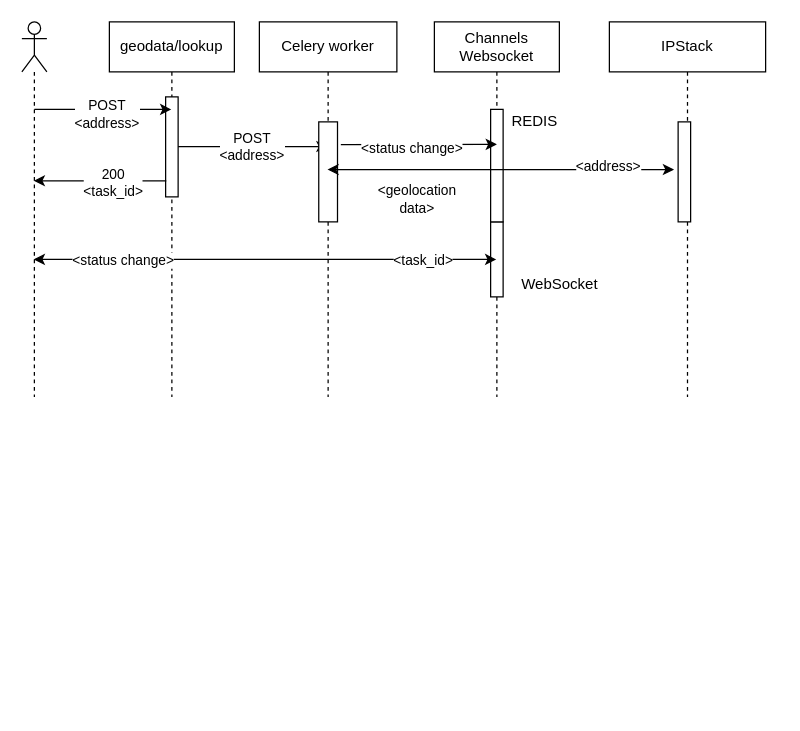
yourboirusty/geoapi keeps this draw.io diagram as docs/diagrams/UserAddressLookup.drawio. Above is the earlier version. Source tidied: cells renumbered, new cells numbered last; positions are measured from the earlier drawing's top-left corner, leaving out a move shared by most shapes. Both pictures are drawn from the tidied source at 125%, with x=0, y=0 at pixel (21, 21).
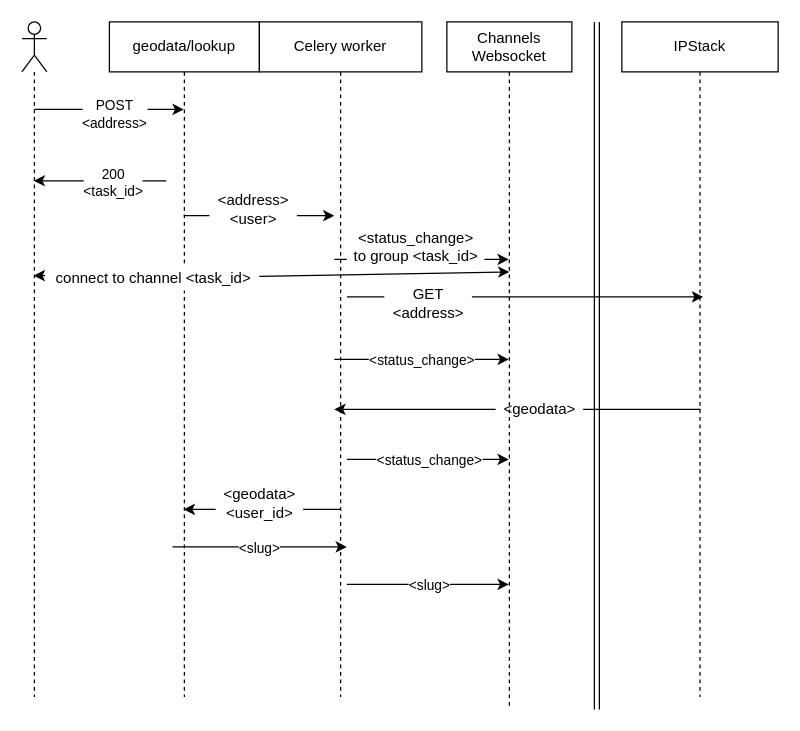
The same page after the edit.

Commit message (it also covers changes not shown here):
Improve diagram

Change to the diagram source:
```diff
@@
     <mxCell id="2" style="shape=umlLifeline;participant=umlActor;perimeter=lifelinePerimeter;whiteSpace=wrap;html=1;verticalAlign=top;spacingTop=36;outlineConnect=0;" parent="1" vertex="1">
-      <mxGeometry width="20" height="300" as="geometry" />
+      <mxGeometry width="20" height="540" as="geometry" />
     </mxCell>
     <mxCell id="3" value="geodata/lookup" style="shape=umlLifeline;perimeter=lifelinePerimeter;whiteSpace=wrap;html=1;outlineConnect=0;" parent="1" vertex="1">
-      <mxGeometry x="70" width="100" height="300" as="geometry" />
+      <mxGeometry x="70" width="120" height="540" as="geometry" />
     </mxCell>
-    <mxCell id="4" style="html=1;points=[];perimeter=orthogonalPerimeter;horizontal=0;align=left;verticalAlign=top;" parent="3" vertex="1">
-      <mxGeometry x="45" y="60" width="10" height="80" as="geometry" />
-    </mxCell>
-    <mxCell id="5" style="endArrow=classic;html=1;rounded=0;" parent="3" edge="1" target="11">
-      <mxGeometry relative="1" as="geometry">
-        <mxPoint x="75" y="99.7" as="sourcePoint" />
-        <Array as="points">
-          <mxPoint x="55" y="99.7" />
-          <mxPoint x="75" y="99.7" />
-        </Array>
-      </mxGeometry>
-    </mxCell>
-    <mxCell id="6" value="POST&lt;br&gt;&amp;lt;address&amp;gt;" style="edgeLabel;html=1;align=center;verticalAlign=middle;" parent="5" vertex="1">
-      <mxGeometry x="0.17" y="-3" relative="1" as="geometry">
-        <mxPoint x="-4" y="-3" as="offset" />
-      </mxGeometry>
-    </mxCell>
+    <mxCell id="28" style="endArrow=classic;html=1;rounded=0;" parent="3" edge="1">
+      <mxGeometry relative="1" as="geometry">
+        <mxPoint x="50.5" y="420" as="sourcePoint" />
+        <mxPoint x="190" y="420" as="targetPoint" />
+      </mxGeometry>
+    </mxCell>
+    <mxCell id="29" value="&amp;lt;slug&amp;gt;" style="edgeLabel;html=1;align=center;verticalAlign=middle;" parent="28" vertex="1">
+      <mxGeometry x="-0.27" relative="1" as="geometry">
+        <mxPoint x="18" as="offset" />
+      </mxGeometry>
+    </mxCell>
+    <mxCell id="30" value="connect to channel &amp;lt;task_id&amp;gt;" style="text;html=1;align=center;verticalAlign=middle;points=[];strokeColor=none;fillColor=default;" parent="3" vertex="1">
+      <mxGeometry x="-50" y="195" width="170" height="20" as="geometry" />
+    </mxCell>
@@
-    <mxCell id="9" style="endArrow=classic;html=1;rounded=0;exitX=0.052;exitY=0.839;exitDx=0;exitDy=0;exitPerimeter=0;" parent="1" edge="1" source="4" target="2">
-      <mxGeometry relative="1" as="geometry" />
+    <mxCell id="9" style="endArrow=classic;html=1;rounded=0;exitX=0.052;exitY=0.839;exitDx=0;exitDy=0;exitPerimeter=0;" parent="1" edge="1" target="2">
+      <mxGeometry relative="1" as="geometry">
+        <mxPoint x="115.5" y="127.1" as="sourcePoint" />
+      </mxGeometry>
     </mxCell>
@@
     <mxCell id="11" value="Celery worker" style="shape=umlLifeline;perimeter=lifelinePerimeter;whiteSpace=wrap;html=1;outlineConnect=0;" parent="1" vertex="1">
-      <mxGeometry x="190" width="110" height="300" as="geometry" />
+      <mxGeometry x="190" width="130" height="540" as="geometry" />
     </mxCell>
-    <mxCell id="12" style="html=1;points=[];perimeter=orthogonalPerimeter;horizontal=0;align=left;verticalAlign=top;" parent="11" vertex="1">
-      <mxGeometry x="47.5" y="80" width="15" height="80" as="geometry" />
-    </mxCell>
+    <mxCell id="31" style="endArrow=classic;html=1;rounded=0;" parent="11" edge="1" source="3">
+      <mxGeometry relative="1" as="geometry">
+        <mxPoint x="60" y="155" as="targetPoint" />
+      </mxGeometry>
+    </mxCell>
+    <mxCell id="32" value="&amp;lt;address&amp;gt;&lt;br&gt;&amp;lt;user&amp;gt;" style="text;html=1;align=center;verticalAlign=middle;strokeColor=none;fillColor=default;" parent="11" vertex="1">
+      <mxGeometry x="-40" y="135" width="70" height="30" as="geometry" />
+    </mxCell>
+    <mxCell id="33" style="endArrow=classic;html=1;rounded=0;" parent="11" edge="1">
+      <mxGeometry relative="1" as="geometry">
+        <mxPoint x="70" y="450" as="sourcePoint" />
+        <mxPoint x="199.5" y="450" as="targetPoint" />
+      </mxGeometry>
+    </mxCell>
+    <mxCell id="34" value="&amp;lt;slug&amp;gt;" style="edgeLabel;html=1;align=center;verticalAlign=middle;" parent="33" vertex="1">
+      <mxGeometry x="-0.27" relative="1" as="geometry">
+        <mxPoint x="18" as="offset" />
+      </mxGeometry>
+    </mxCell>
     <mxCell id="13" value="Channels&lt;br&gt;Websocket" style="shape=umlLifeline;perimeter=lifelinePerimeter;whiteSpace=wrap;html=1;outlineConnect=0;" parent="1" vertex="1">
-      <mxGeometry x="330" width="100" height="300" as="geometry" />
+      <mxGeometry x="340" width="100" height="550" as="geometry" />
     </mxCell>
-    <mxCell id="14" style="html=1;perimeter=orthogonalPerimeter;horizontal=0;align=left;verticalAlign=top;" parent="13" vertex="1">
-      <mxGeometry x="45" y="160" width="10" height="60" as="geometry" />
-    </mxCell>
-    <mxCell id="15" style="html=1;perimeter=orthogonalPerimeter;horizontal=0;align=left;verticalAlign=top;" parent="13" vertex="1">
-      <mxGeometry x="45" y="70" width="10" height="90" as="geometry" />
-    </mxCell>
-    <mxCell id="16" value="REDIS" style="text;html=1;align=center;verticalAlign=middle;strokeColor=none;fillColor=none;" parent="13" vertex="1">
-      <mxGeometry x="55" y="70" width="50" height="20" as="geometry" />
-    </mxCell>
+    <mxCell id="35" style="endArrow=classic;html=1;rounded=0;startArrow=none;startFill=1;" parent="13" edge="1" source="30">
+      <mxGeometry relative="1" as="geometry">
+        <mxPoint x="50" y="200" as="targetPoint" />
+      </mxGeometry>
+    </mxCell>
+    <mxCell id="36" style="endArrow=classic;html=1;rounded=0;" parent="13" edge="1" target="13">
+      <mxGeometry relative="1" as="geometry">
+        <mxPoint x="-90" y="190" as="sourcePoint" />
+      </mxGeometry>
+    </mxCell>
+    <mxCell id="37" value="&amp;lt;status_change&amp;gt;&lt;br&gt;to group &amp;lt;task_id&amp;gt;" style="text;html=1;align=center;verticalAlign=middle;strokeColor=none;fillColor=default;" parent="13" vertex="1">
+      <mxGeometry x="-80" y="165" width="110" height="30" as="geometry" />
+    </mxCell>
+    <mxCell id="38" style="endArrow=classic;html=1;rounded=0;" parent="13" edge="1">
+      <mxGeometry relative="1" as="geometry">
+        <mxPoint x="-90" y="270" as="sourcePoint" />
+        <mxPoint x="49.5" y="270" as="targetPoint" />
+      </mxGeometry>
+    </mxCell>
+    <mxCell id="39" value="&amp;lt;status_change&amp;gt;" style="edgeLabel;html=1;align=center;verticalAlign=middle;" parent="38" vertex="1">
+      <mxGeometry x="-0.27" relative="1" as="geometry">
+        <mxPoint x="18" as="offset" />
+      </mxGeometry>
+    </mxCell>
+    <mxCell id="40" style="endArrow=classic;html=1;rounded=0;" parent="13" edge="1">
+      <mxGeometry relative="1" as="geometry">
+        <mxPoint x="-80" y="350" as="sourcePoint" />
+        <mxPoint x="49.5" y="350" as="targetPoint" />
+      </mxGeometry>
+    </mxCell>
+    <mxCell id="41" value="&amp;lt;status_change&amp;gt;" style="edgeLabel;html=1;align=center;verticalAlign=middle;" parent="40" vertex="1">
+      <mxGeometry x="-0.27" relative="1" as="geometry">
+        <mxPoint x="18" as="offset" />
+      </mxGeometry>
+    </mxCell>
     <mxCell id="17" value="IPStack" style="shape=umlLifeline;perimeter=lifelinePerimeter;whiteSpace=wrap;html=1;" parent="1" vertex="1">
-      <mxGeometry x="470" width="125" height="300" as="geometry" />
+      <mxGeometry x="480" width="125" height="540" as="geometry" />
     </mxCell>
-    <mxCell id="18" style="html=1;points=[];perimeter=orthogonalPerimeter;horizontal=0;align=left;verticalAlign=top;" parent="17" vertex="1">
-      <mxGeometry x="55" y="80" width="10" height="80" as="geometry" />
-    </mxCell>
-    <mxCell id="19" style="endArrow=classic;startArrow=classic;html=1;rounded=0;entryX=-0.328;entryY=0.477;entryDx=0;entryDy=0;entryPerimeter=0;" parent="1" edge="1" source="11" target="18">
-      <mxGeometry relative="1" as="geometry" />
-    </mxCell>
-    <mxCell id="20" value="&amp;lt;address&amp;gt;&lt;br&gt;" style="edgeLabel;html=1;align=center;verticalAlign=middle;" parent="19" vertex="1">
-      <mxGeometry x="-0.56" y="3" relative="1" as="geometry">
-        <mxPoint x="163" as="offset" />
-      </mxGeometry>
-    </mxCell>
-    <mxCell id="21" value="&amp;lt;geolocation&lt;br&gt;data&amp;gt;" style="edgeLabel;html=1;align=center;verticalAlign=middle;" parent="1" vertex="1">
-      <mxGeometry x="330" y="140" as="geometry">
-        <mxPoint x="-15" y="1" as="offset" />
-      </mxGeometry>
-    </mxCell>
-    <mxCell id="22" style="endArrow=classic;html=1;rounded=0;exitX=1.178;exitY=0.227;exitDx=0;exitDy=0;exitPerimeter=0;" parent="1" edge="1" source="12" target="13">
-      <mxGeometry relative="1" as="geometry">
-        <Array as="points">
-          <mxPoint x="380" y="98" />
-        </Array>
-      </mxGeometry>
-    </mxCell>
-    <mxCell id="23" value="&amp;lt;status change&amp;gt;" style="edgeLabel;html=1;align=center;verticalAlign=middle;" parent="22" vertex="1">
-      <mxGeometry x="0.28" relative="1" as="geometry">
-        <mxPoint x="-24" y="2" as="offset" />
-      </mxGeometry>
-    </mxCell>
-    <mxCell id="24" style="endArrow=classic;startArrow=classic;html=1;rounded=0;" parent="1" edge="1" source="2" target="13">
-      <mxGeometry relative="1" as="geometry">
-        <Array as="points">
-          <mxPoint x="320" y="190" />
-        </Array>
-      </mxGeometry>
-    </mxCell>
-    <mxCell id="25" value="&amp;lt;status change&amp;gt;" style="edgeLabel;html=1;align=center;verticalAlign=middle;" parent="1" vertex="1">
-      <mxGeometry x="80" y="190" as="geometry" />
-    </mxCell>
-    <mxCell id="26" value="&amp;lt;task_id&amp;gt;" style="edgeLabel;html=1;align=center;verticalAlign=middle;" parent="1" vertex="1">
-      <mxGeometry x="320" y="190" as="geometry" />
-    </mxCell>
-    <mxCell id="27" value="WebSocket" style="text;html=1;align=center;verticalAlign=middle;strokeColor=none;fillColor=none;" parent="1" vertex="1">
-      <mxGeometry x="390" y="200" width="80" height="20" as="geometry" />
-    </mxCell>
+    <mxCell id="42" style="endArrow=classic;html=1;rounded=0;" parent="17" edge="1">
+      <mxGeometry relative="1" as="geometry">
+        <mxPoint x="-220" y="220" as="sourcePoint" />
+        <mxPoint x="65" y="220" as="targetPoint" />
+      </mxGeometry>
+    </mxCell>
+    <mxCell id="43" style="endArrow=none;html=1;rounded=0;shape=link;" parent="1" edge="1">
+      <mxGeometry relative="1" as="geometry">
+        <mxPoint x="460" y="550" as="sourcePoint" />
+        <mxPoint x="460" as="targetPoint" />
+      </mxGeometry>
+    </mxCell>
+    <mxCell id="44" value="GET&lt;br&gt;&amp;lt;address&amp;gt;" style="text;html=1;align=center;verticalAlign=middle;strokeColor=none;fillColor=default;" parent="1" vertex="1">
+      <mxGeometry x="290" y="210" width="70" height="30" as="geometry" />
+    </mxCell>
+    <mxCell id="45" style="endArrow=classic;html=1;rounded=0;startArrow=none;" parent="1" edge="1" source="46">
+      <mxGeometry relative="1" as="geometry">
+        <mxPoint x="250" y="310" as="targetPoint" />
+      </mxGeometry>
+    </mxCell>
+    <mxCell id="46" value="&amp;lt;geodata&amp;gt;" style="text;html=1;align=center;verticalAlign=middle;points=[];strokeColor=none;fillColor=none;" parent="1" vertex="1">
+      <mxGeometry x="379" y="300" width="70" height="20" as="geometry" />
+    </mxCell>
+    <mxCell id="47" style="endArrow=none;html=1;rounded=0;" parent="1" edge="1" target="46">
+      <mxGeometry relative="1" as="geometry">
+        <mxPoint x="543" y="310" as="sourcePoint" />
+      </mxGeometry>
+    </mxCell>
+    <mxCell id="48" style="endArrow=classic;html=1;rounded=0;" parent="1" edge="1" source="11" target="3">
+      <mxGeometry relative="1" as="geometry">
+        <Array as="points">
+          <mxPoint x="160" y="390" />
+        </Array>
+      </mxGeometry>
+    </mxCell>
+    <mxCell id="49" value="&amp;lt;geodata&amp;gt;&lt;br&gt;&amp;lt;user_id&amp;gt;" style="text;html=1;align=center;verticalAlign=middle;strokeColor=none;fillColor=default;" parent="1" vertex="1">
+      <mxGeometry x="155" y="370" width="70" height="30" as="geometry" />
+    </mxCell>
+    <mxCell id="50" style="endArrow=none;html=1;rounded=0;startArrow=classic;startFill=1;entryX=-0.009;entryY=0.4;entryDx=0;entryDy=0;entryPerimeter=0;" parent="1" edge="1" source="2" target="30">
+      <mxGeometry relative="1" as="geometry" />
+    </mxCell>
```
